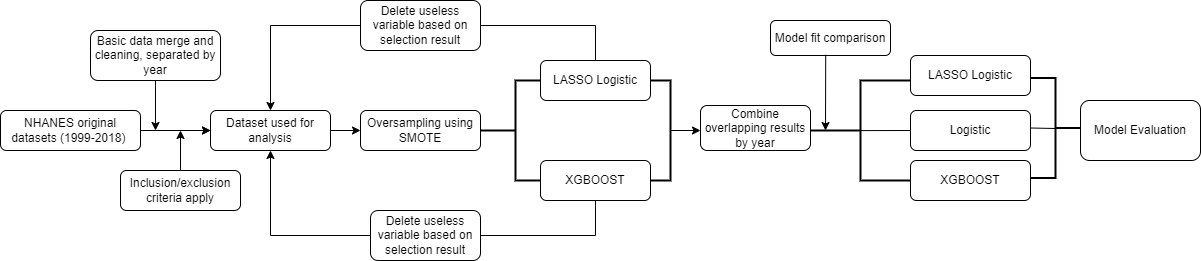
Earlier version of the draw.io export Results/Flowchart.drawio.png (xuetao666/625_Group5). Source tidied: cells renumbered, new cells last; positions are measured from the earlier drawing's top-left corner, leaving out a move shared by most shapes.
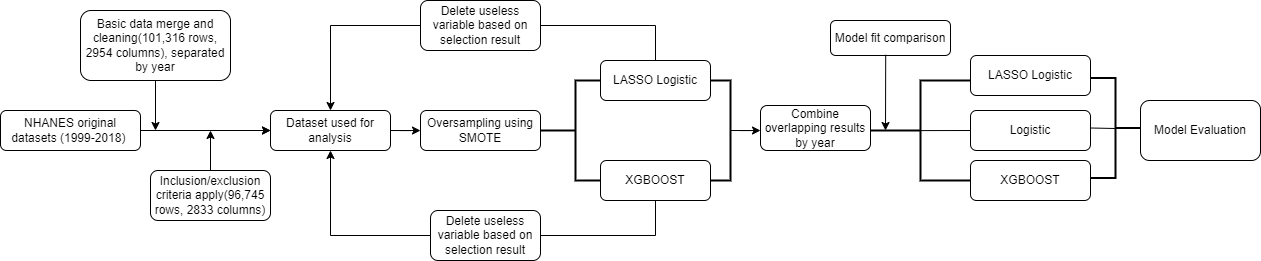
The same file after the commit.

The edit, as a diff of the source:
```diff
@@ -9,15 +9,15 @@
       <mxGeometry relative="1" as="geometry" />
     </mxCell>
     <mxCell id="4" value="NHANES original datasets (1999-2018)&amp;nbsp;" style="rounded=1;whiteSpace=wrap;html=1;fontSize=12;glass=0;strokeWidth=1;shadow=0;" parent="1" vertex="1">
-      <mxGeometry y="110" width="140" height="40" as="geometry" />
+      <mxGeometry x="-60" y="110" width="140" height="40" as="geometry" />
     </mxCell>
     <mxCell id="5" style="edgeStyle=orthogonalEdgeStyle;rounded=0;jettySize=auto;html=1;" parent="1" edge="1" source="6">
       <mxGeometry relative="1" as="geometry">
-        <mxPoint x="155" y="130" as="targetPoint" />
+        <mxPoint x="95" y="130" as="targetPoint" />
       </mxGeometry>
     </mxCell>
-    <mxCell id="6" value="Basic data merge and cleaning, separated by year" style="rounded=1;whiteSpace=wrap;html=1;" parent="1" vertex="1">
-      <mxGeometry x="90" y="30" width="130" height="50" as="geometry" />
+    <mxCell id="6" value="Basic data merge and cleaning(101,316 rows, 2954 columns), separated by year" style="rounded=1;whiteSpace=wrap;html=1;" parent="1" vertex="1">
+      <mxGeometry x="20" y="10" width="150" height="70" as="geometry" />
     </mxCell>
     <mxCell id="7" style="edgeStyle=orthogonalEdgeStyle;rounded=0;jettySize=auto;html=1;" parent="1" edge="1" source="8" target="9">
       <mxGeometry relative="1" as="geometry" />
@@ -28,8 +28,8 @@
     <mxCell id="9" value="Oversampling using SMOTE" style="rounded=1;whiteSpace=wrap;html=1;fontSize=12;glass=0;strokeWidth=1;shadow=0;" parent="1" vertex="1">
       <mxGeometry x="360" y="110" width="120" height="40" as="geometry" />
     </mxCell>
-    <mxCell id="10" value="Inclusion/exclusion criteria apply" style="rounded=1;whiteSpace=wrap;html=1;" parent="1" vertex="1">
-      <mxGeometry x="120" y="170" width="120" height="40" as="geometry" />
+    <mxCell id="10" value="Inclusion/exclusion criteria apply(96,745 rows, 2833 columns)" style="rounded=1;whiteSpace=wrap;html=1;" parent="1" vertex="1">
+      <mxGeometry x="90" y="170" width="120" height="50" as="geometry" />
     </mxCell>
     <mxCell id="11" style="strokeWidth=2;html=1;shape=mxgraph.flowchart.annotation_2;align=left;labelPosition=right;" parent="1" vertex="1">
       <mxGeometry x="480" y="80" width="70" height="100" as="geometry" />
@@ -87,7 +87,7 @@
     </mxCell>
     <mxCell id="23" style="endArrow=classic;html=1;rounded=0;exitX=0.5;exitY=0;exitDx=0;exitDy=0;" parent="1" edge="1" source="10">
       <mxGeometry relative="1" as="geometry">
-        <mxPoint x="180" y="130" as="targetPoint" />
+        <mxPoint x="150" y="130" as="targetPoint" />
       </mxGeometry>
     </mxCell>
     <mxCell id="24" style="strokeWidth=2;html=1;shape=mxgraph.flowchart.annotation_2;align=left;labelPosition=right;" parent="1" vertex="1">
```
